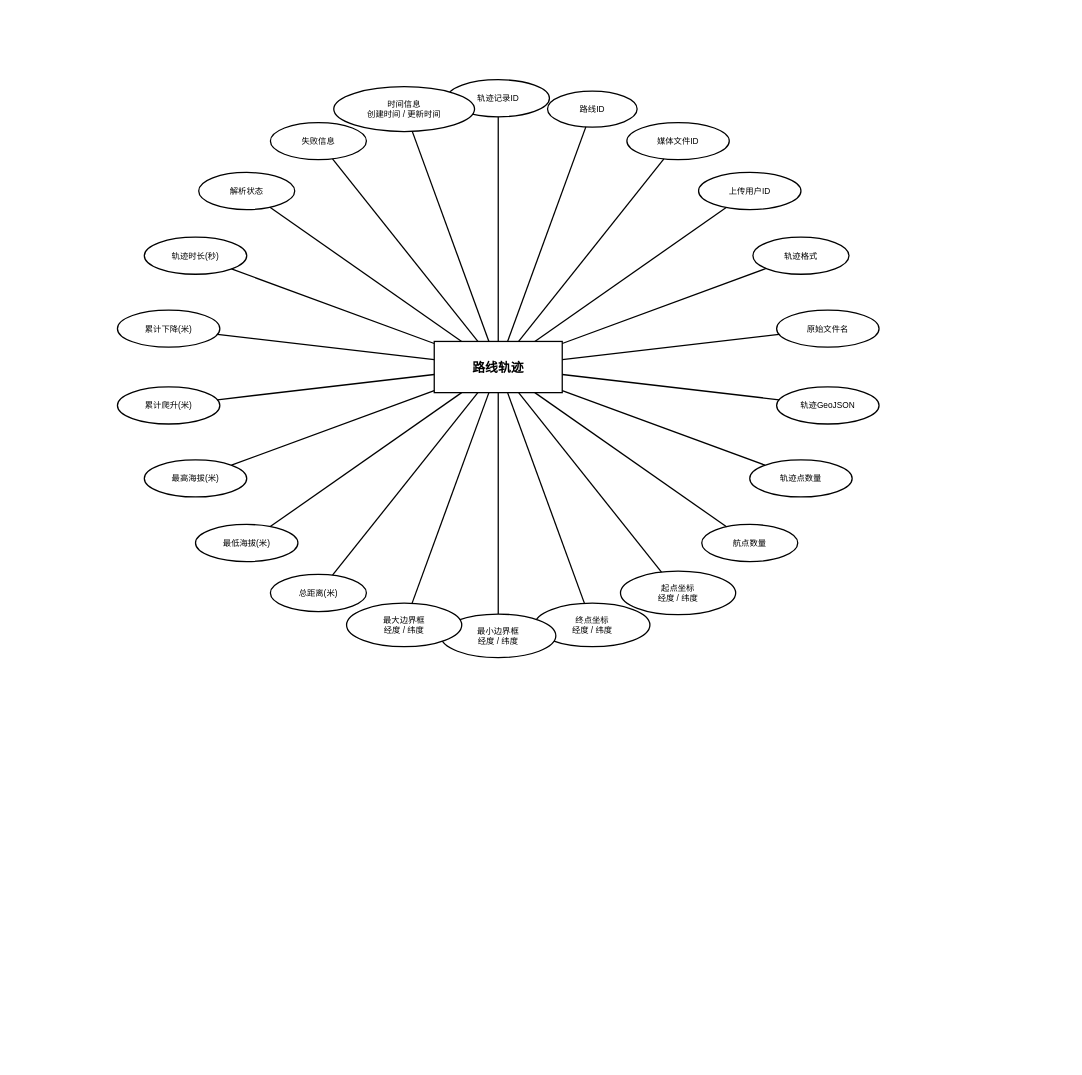
The draw.io diagram DOCS/thesis/figures/entity-diagrams/trail_tracks/trail_tracks_entity.drawio in 612cs/TrailQuest, before the edit. Source tidied: cells renumbered, new cells numbered last; positions are measured from the earlier drawing's top-left corner, leaving out a move shared by most shapes. Both pictures are drawn from the tidied source at 64%, with x=0, y=0 at pixel (117, 79).
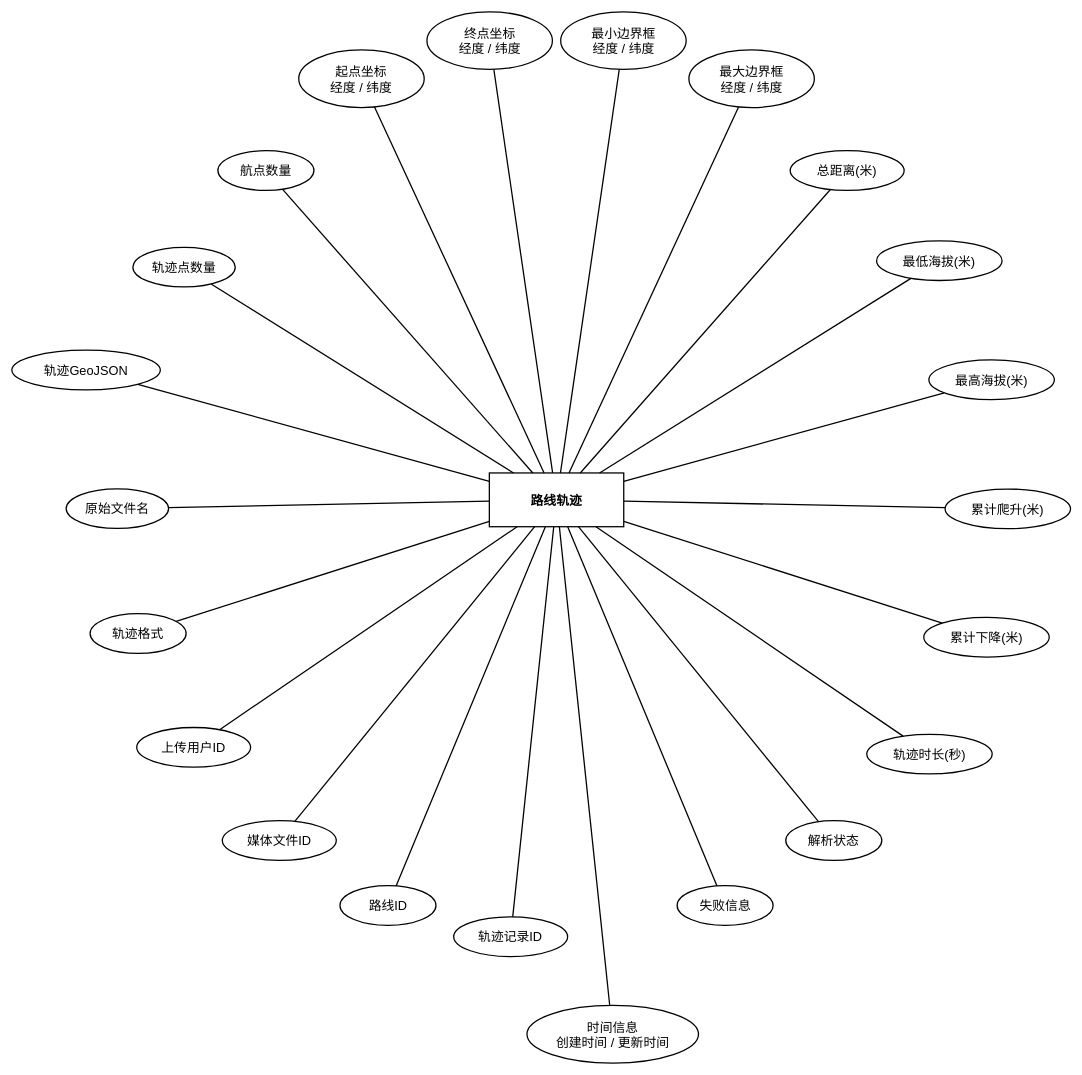
After the change.

The edit, as a diff of the source:
```diff
@@
-    <mxCell id="2" value="路线轨迹" style="rounded=0;whiteSpace=wrap;html=1;fillColor=#ffffff;strokeColor=#000000;fontColor=#000000;fontFamily=Arial;fontSize=20;fontStyle=1;align=center;verticalAlign=middle;strokeWidth=2;" parent="1" vertex="1">
-      <mxGeometry x="495" y="409" width="200" height="80" as="geometry" />
+    <mxCell id="2" value="路线轨迹" style="rounded=0;whiteSpace=wrap;html=1;fillColor=none;strokeColor=#000000;fontColor=#000000;fontFamily=Arial;fontSize=20;fontStyle=1;align=center;verticalAlign=middle;strokeWidth=2;gradientColor=none;shadow=0;glass=0;" parent="1" vertex="1">
+      <mxGeometry x="581.1" y="614.5" width="210" height="84" as="geometry" />
     </mxCell>
-    <mxCell id="3" value="轨迹记录ID" style="ellipse;whiteSpace=wrap;html=1;fillColor=#ffffff;strokeColor=#000000;fontColor=#000000;fontFamily=Arial;fontSize=13;align=center;verticalAlign=middle;strokeWidth=2;" parent="1" vertex="1">
-      <mxGeometry x="515" width="160" height="58" as="geometry" />
+    <mxCell id="3" value="轨迹记录ID" style="ellipse;whiteSpace=wrap;html=1;fillColor=none;strokeColor=#000000;fontColor=#000000;fontFamily=Arial;fontSize=20;align=center;verticalAlign=middle;strokeWidth=2;gradientColor=none;shadow=0;glass=0;" parent="1" vertex="1">
+      <mxGeometry x="525.4" y="1308.1" width="178" height="62" as="geometry" />
     </mxCell>
-    <mxCell id="4" value="路线ID" style="ellipse;whiteSpace=wrap;html=1;fillColor=#ffffff;strokeColor=#000000;fontColor=#000000;fontFamily=Arial;fontSize=13;align=center;verticalAlign=middle;strokeWidth=2;" parent="1" vertex="1">
-      <mxGeometry x="672" y="18" width="140" height="56" as="geometry" />
+    <mxCell id="4" value="路线ID" style="ellipse;whiteSpace=wrap;html=1;fillColor=none;strokeColor=#000000;fontColor=#000000;fontFamily=Arial;fontSize=20;align=center;verticalAlign=middle;strokeWidth=2;gradientColor=none;shadow=0;glass=0;" parent="1" vertex="1">
+      <mxGeometry x="347.7" y="1259.3" width="150" height="62" as="geometry" />
     </mxCell>
-    <mxCell id="5" value="媒体文件ID" style="ellipse;whiteSpace=wrap;html=1;fillColor=#ffffff;strokeColor=#000000;fontColor=#000000;fontFamily=Arial;fontSize=13;align=center;verticalAlign=middle;strokeWidth=2;" parent="1" vertex="1">
-      <mxGeometry x="796" y="67" width="160" height="58" as="geometry" />
+    <mxCell id="5" value="媒体文件ID" style="ellipse;whiteSpace=wrap;html=1;fillColor=none;strokeColor=#000000;fontColor=#000000;fontFamily=Arial;fontSize=20;align=center;verticalAlign=middle;strokeWidth=2;gradientColor=none;shadow=0;glass=0;" parent="1" vertex="1">
+      <mxGeometry x="163.9" y="1157.8" width="178" height="62" as="geometry" />
     </mxCell>
-    <mxCell id="6" value="上传用户ID" style="ellipse;whiteSpace=wrap;html=1;fillColor=#ffffff;strokeColor=#000000;fontColor=#000000;fontFamily=Arial;fontSize=13;align=center;verticalAlign=middle;strokeWidth=2;" parent="1" vertex="1">
-      <mxGeometry x="908" y="145" width="160" height="58" as="geometry" />
+    <mxCell id="6" value="上传用户ID" style="ellipse;whiteSpace=wrap;html=1;fillColor=none;strokeColor=#000000;fontColor=#000000;fontFamily=Arial;fontSize=20;align=center;verticalAlign=middle;strokeWidth=2;gradientColor=none;shadow=0;glass=0;" parent="1" vertex="1">
+      <mxGeometry x="30.1" y="1012.2" width="178" height="62" as="geometry" />
     </mxCell>
-    <mxCell id="7" value="轨迹格式" style="ellipse;whiteSpace=wrap;html=1;fillColor=#ffffff;strokeColor=#000000;fontColor=#000000;fontFamily=Arial;fontSize=13;align=center;verticalAlign=middle;strokeWidth=2;" parent="1" vertex="1">
-      <mxGeometry x="993" y="246" width="150" height="58" as="geometry" />
+    <mxCell id="7" value="轨迹格式" style="ellipse;whiteSpace=wrap;html=1;fillColor=none;strokeColor=#000000;fontColor=#000000;fontFamily=Arial;fontSize=20;align=center;verticalAlign=middle;strokeWidth=2;gradientColor=none;shadow=0;glass=0;" parent="1" vertex="1">
+      <mxGeometry x="-42.7" y="834.4" width="150" height="62" as="geometry" />
     </mxCell>
-    <mxCell id="8" value="原始文件名" style="ellipse;whiteSpace=wrap;html=1;fillColor=#ffffff;strokeColor=#000000;fontColor=#000000;fontFamily=Arial;fontSize=13;align=center;verticalAlign=middle;strokeWidth=2;" parent="1" vertex="1">
-      <mxGeometry x="1030" y="360" width="160" height="58" as="geometry" />
+    <mxCell id="8" value="原始文件名" style="ellipse;whiteSpace=wrap;html=1;fillColor=none;strokeColor=#000000;fontColor=#000000;fontFamily=Arial;fontSize=20;align=center;verticalAlign=middle;strokeWidth=2;gradientColor=none;shadow=0;glass=0;" parent="1" vertex="1">
+      <mxGeometry x="-80.1" y="639.2" width="160" height="62" as="geometry" />
     </mxCell>
-    <mxCell id="9" value="轨迹GeoJSON" style="ellipse;whiteSpace=wrap;html=1;fillColor=#ffffff;strokeColor=#000000;fontColor=#000000;fontFamily=Arial;fontSize=13;align=center;verticalAlign=middle;strokeWidth=2;" parent="1" vertex="1">
-      <mxGeometry x="1030" y="480" width="160" height="58" as="geometry" />
+    <mxCell id="9" value="轨迹GeoJSON" style="ellipse;whiteSpace=wrap;html=1;fillColor=none;strokeColor=#000000;fontColor=#000000;fontFamily=Arial;fontSize=20;align=center;verticalAlign=middle;strokeWidth=2;gradientColor=none;shadow=0;glass=0;" parent="1" vertex="1">
+      <mxGeometry x="-165" y="422.7" width="232" height="62" as="geometry" />
     </mxCell>
-    <mxCell id="10" value="轨迹点数量" style="ellipse;whiteSpace=wrap;html=1;fillColor=#ffffff;strokeColor=#000000;fontColor=#000000;fontFamily=Arial;fontSize=13;align=center;verticalAlign=middle;strokeWidth=2;" parent="1" vertex="1">
-      <mxGeometry x="988" y="594" width="160" height="58" as="geometry" />
+    <mxCell id="10" value="轨迹点数量" style="ellipse;whiteSpace=wrap;html=1;fillColor=none;strokeColor=#000000;fontColor=#000000;fontFamily=Arial;fontSize=20;align=center;verticalAlign=middle;strokeWidth=2;gradientColor=none;shadow=0;glass=0;" parent="1" vertex="1">
+      <mxGeometry x="24.1" y="261.9" width="160" height="62" as="geometry" />
     </mxCell>
-    <mxCell id="11" value="航点数量" style="ellipse;whiteSpace=wrap;html=1;fillColor=#ffffff;strokeColor=#000000;fontColor=#000000;fontFamily=Arial;fontSize=13;align=center;verticalAlign=middle;strokeWidth=2;" parent="1" vertex="1">
-      <mxGeometry x="913" y="695" width="150" height="58" as="geometry" />
+    <mxCell id="11" value="航点数量" style="ellipse;whiteSpace=wrap;html=1;fillColor=none;strokeColor=#000000;fontColor=#000000;fontFamily=Arial;fontSize=20;align=center;verticalAlign=middle;strokeWidth=2;gradientColor=none;shadow=0;glass=0;" parent="1" vertex="1">
+      <mxGeometry x="157" y="111" width="150" height="62" as="geometry" />
     </mxCell>
-    <mxCell id="12" value="起点坐标&#10;经度 / 纬度" style="ellipse;whiteSpace=wrap;html=1;fillColor=#ffffff;strokeColor=#000000;fontColor=#000000;fontFamily=Arial;fontSize=13;align=center;verticalAlign=middle;strokeWidth=2;" parent="1" vertex="1">
-      <mxGeometry x="786" y="768" width="180" height="68" as="geometry" />
+    <mxCell id="12" value="起点坐标&#10;经度 / 纬度" style="ellipse;whiteSpace=wrap;html=1;fillColor=none;strokeColor=#000000;fontColor=#000000;fontFamily=Arial;fontSize=20;align=center;verticalAlign=middle;strokeWidth=2;gradientColor=none;shadow=0;glass=0;" parent="1" vertex="1">
+      <mxGeometry x="283.3" y="-46.4" width="196" height="90" as="geometry" />
     </mxCell>
-    <mxCell id="13" value="终点坐标&#10;经度 / 纬度" style="ellipse;whiteSpace=wrap;html=1;fillColor=#ffffff;strokeColor=#000000;fontColor=#000000;fontFamily=Arial;fontSize=13;align=center;verticalAlign=middle;strokeWidth=2;" parent="1" vertex="1">
-      <mxGeometry x="652" y="818" width="180" height="68" as="geometry" />
+    <mxCell id="13" value="终点坐标&#10;经度 / 纬度" style="ellipse;whiteSpace=wrap;html=1;fillColor=none;strokeColor=#000000;fontColor=#000000;fontFamily=Arial;fontSize=20;align=center;verticalAlign=middle;strokeWidth=2;gradientColor=none;shadow=0;glass=0;" parent="1" vertex="1">
+      <mxGeometry x="483.6" y="-106" width="196" height="90" as="geometry" />
     </mxCell>
-    <mxCell id="14" value="最小边界框&#10;经度 / 纬度" style="ellipse;whiteSpace=wrap;html=1;fillColor=#ffffff;strokeColor=#000000;fontColor=#000000;fontFamily=Arial;fontSize=13;align=center;verticalAlign=middle;strokeWidth=2;" parent="1" vertex="1">
-      <mxGeometry x="505" y="835" width="180" height="68" as="geometry" />
+    <mxCell id="14" value="最小边界框&#10;经度 / 纬度" style="ellipse;whiteSpace=wrap;html=1;fillColor=none;strokeColor=#000000;fontColor=#000000;fontFamily=Arial;fontSize=20;align=center;verticalAlign=middle;strokeWidth=2;gradientColor=none;shadow=0;glass=0;" parent="1" vertex="1">
+      <mxGeometry x="692.6" y="-106" width="196" height="90" as="geometry" />
     </mxCell>
-    <mxCell id="15" value="最大边界框&#10;经度 / 纬度" style="ellipse;whiteSpace=wrap;html=1;fillColor=#ffffff;strokeColor=#000000;fontColor=#000000;fontFamily=Arial;fontSize=13;align=center;verticalAlign=middle;strokeWidth=2;" parent="1" vertex="1">
-      <mxGeometry x="358" y="818" width="180" height="68" as="geometry" />
+    <mxCell id="15" value="最大边界框&#10;经度 / 纬度" style="ellipse;whiteSpace=wrap;html=1;fillColor=none;strokeColor=#000000;fontColor=#000000;fontFamily=Arial;fontSize=20;align=center;verticalAlign=middle;strokeWidth=2;gradientColor=none;shadow=0;glass=0;" parent="1" vertex="1">
+      <mxGeometry x="892.9" y="-46.4" width="196" height="90" as="geometry" />
     </mxCell>
-    <mxCell id="16" value="总距离(米)" style="ellipse;whiteSpace=wrap;html=1;fillColor=#ffffff;strokeColor=#000000;fontColor=#000000;fontFamily=Arial;fontSize=13;align=center;verticalAlign=middle;strokeWidth=2;" parent="1" vertex="1">
-      <mxGeometry x="239" y="773" width="150" height="58" as="geometry" />
+    <mxCell id="16" value="总距离(米)" style="ellipse;whiteSpace=wrap;html=1;fillColor=none;strokeColor=#000000;fontColor=#000000;fontFamily=Arial;fontSize=20;align=center;verticalAlign=middle;strokeWidth=2;gradientColor=none;shadow=0;glass=0;" parent="1" vertex="1">
+      <mxGeometry x="1051.2" y="111" width="178" height="62" as="geometry" />
     </mxCell>
-    <mxCell id="17" value="最低海拔(米)" style="ellipse;whiteSpace=wrap;html=1;fillColor=#ffffff;strokeColor=#000000;fontColor=#000000;fontFamily=Arial;fontSize=13;align=center;verticalAlign=middle;strokeWidth=2;" parent="1" vertex="1">
-      <mxGeometry x="122" y="695" width="160" height="58" as="geometry" />
+    <mxCell id="17" value="最低海拔(米)" style="ellipse;whiteSpace=wrap;html=1;fillColor=none;strokeColor=#000000;fontColor=#000000;fontFamily=Arial;fontSize=20;align=center;verticalAlign=middle;strokeWidth=2;gradientColor=none;shadow=0;glass=0;" parent="1" vertex="1">
+      <mxGeometry x="1186.2" y="251.8" width="196" height="62" as="geometry" />
     </mxCell>
-    <mxCell id="18" value="最高海拔(米)" style="ellipse;whiteSpace=wrap;html=1;fillColor=#ffffff;strokeColor=#000000;fontColor=#000000;fontFamily=Arial;fontSize=13;align=center;verticalAlign=middle;strokeWidth=2;" parent="1" vertex="1">
-      <mxGeometry x="42" y="594" width="160" height="58" as="geometry" />
+    <mxCell id="18" value="最高海拔(米)" style="ellipse;whiteSpace=wrap;html=1;fillColor=none;strokeColor=#000000;fontColor=#000000;fontFamily=Arial;fontSize=20;align=center;verticalAlign=middle;strokeWidth=2;gradientColor=none;shadow=0;glass=0;" parent="1" vertex="1">
+      <mxGeometry x="1267.9" y="437.9" width="196" height="62" as="geometry" />
     </mxCell>
-    <mxCell id="19" value="累计爬升(米)" style="ellipse;whiteSpace=wrap;html=1;fillColor=#ffffff;strokeColor=#000000;fontColor=#000000;fontFamily=Arial;fontSize=13;align=center;verticalAlign=middle;strokeWidth=2;" parent="1" vertex="1">
-      <mxGeometry y="480" width="160" height="58" as="geometry" />
+    <mxCell id="19" value="累计爬升(米)" style="ellipse;whiteSpace=wrap;html=1;fillColor=none;strokeColor=#000000;fontColor=#000000;fontFamily=Arial;fontSize=20;align=center;verticalAlign=middle;strokeWidth=2;gradientColor=none;shadow=0;glass=0;" parent="1" vertex="1">
+      <mxGeometry x="1293.2" y="639.6" width="196" height="62" as="geometry" />
     </mxCell>
-    <mxCell id="20" value="累计下降(米)" style="ellipse;whiteSpace=wrap;html=1;fillColor=#ffffff;strokeColor=#000000;fontColor=#000000;fontFamily=Arial;fontSize=13;align=center;verticalAlign=middle;strokeWidth=2;" parent="1" vertex="1">
-      <mxGeometry y="360" width="160" height="58" as="geometry" />
+    <mxCell id="20" value="累计下降(米)" style="ellipse;whiteSpace=wrap;html=1;fillColor=none;strokeColor=#000000;fontColor=#000000;fontFamily=Arial;fontSize=20;align=center;verticalAlign=middle;strokeWidth=2;gradientColor=none;shadow=0;glass=0;" parent="1" vertex="1">
+      <mxGeometry x="1259.9" y="840.1" width="196" height="62" as="geometry" />
     </mxCell>
-    <mxCell id="21" value="轨迹时长(秒)" style="ellipse;whiteSpace=wrap;html=1;fillColor=#ffffff;strokeColor=#000000;fontColor=#000000;fontFamily=Arial;fontSize=13;align=center;verticalAlign=middle;strokeWidth=2;" parent="1" vertex="1">
-      <mxGeometry x="42" y="246" width="160" height="58" as="geometry" />
+    <mxCell id="21" value="轨迹时长(秒)" style="ellipse;whiteSpace=wrap;html=1;fillColor=none;strokeColor=#000000;fontColor=#000000;fontFamily=Arial;fontSize=20;align=center;verticalAlign=middle;strokeWidth=2;gradientColor=none;shadow=0;glass=0;" parent="1" vertex="1">
+      <mxGeometry x="1170.8" y="1022.8" width="196" height="62" as="geometry" />
     </mxCell>
-    <mxCell id="22" value="解析状态" style="ellipse;whiteSpace=wrap;html=1;fillColor=#ffffff;strokeColor=#000000;fontColor=#000000;fontFamily=Arial;fontSize=13;align=center;verticalAlign=middle;strokeWidth=2;" parent="1" vertex="1">
-      <mxGeometry x="127" y="145" width="150" height="58" as="geometry" />
+    <mxCell id="22" value="解析状态" style="ellipse;whiteSpace=wrap;html=1;fillColor=none;strokeColor=#000000;fontColor=#000000;fontFamily=Arial;fontSize=20;align=center;verticalAlign=middle;strokeWidth=2;gradientColor=none;shadow=0;glass=0;" parent="1" vertex="1">
+      <mxGeometry x="1044.3" y="1157.8" width="150" height="62" as="geometry" />
     </mxCell>
-    <mxCell id="23" value="失败信息" style="ellipse;whiteSpace=wrap;html=1;fillColor=#ffffff;strokeColor=#000000;fontColor=#000000;fontFamily=Arial;fontSize=13;align=center;verticalAlign=middle;strokeWidth=2;" parent="1" vertex="1">
-      <mxGeometry x="239" y="67" width="150" height="58" as="geometry" />
+    <mxCell id="23" value="失败信息" style="ellipse;whiteSpace=wrap;html=1;fillColor=none;strokeColor=#000000;fontColor=#000000;fontFamily=Arial;fontSize=20;align=center;verticalAlign=middle;strokeWidth=2;gradientColor=none;shadow=0;glass=0;" parent="1" vertex="1">
+      <mxGeometry x="874.5" y="1259.3" width="150" height="62" as="geometry" />
     </mxCell>
-    <mxCell id="24" value="时间信息&#10;创建时间 / 更新时间" style="ellipse;whiteSpace=wrap;html=1;fillColor=#ffffff;strokeColor=#000000;fontColor=#000000;fontFamily=Arial;fontSize=13;align=center;verticalAlign=middle;strokeWidth=2;" parent="1" vertex="1">
-      <mxGeometry x="338" y="11" width="220" height="70" as="geometry" />
+    <mxCell id="24" value="时间信息&#10;创建时间 / 更新时间" style="ellipse;whiteSpace=wrap;html=1;fillColor=none;strokeColor=#000000;fontColor=#000000;fontFamily=Arial;fontSize=20;align=center;verticalAlign=middle;strokeWidth=2;gradientColor=none;shadow=0;glass=0;" parent="1" vertex="1">
+      <mxGeometry x="639.9" y="1446.5" width="268" height="90" as="geometry" />
     </mxCell>
```
